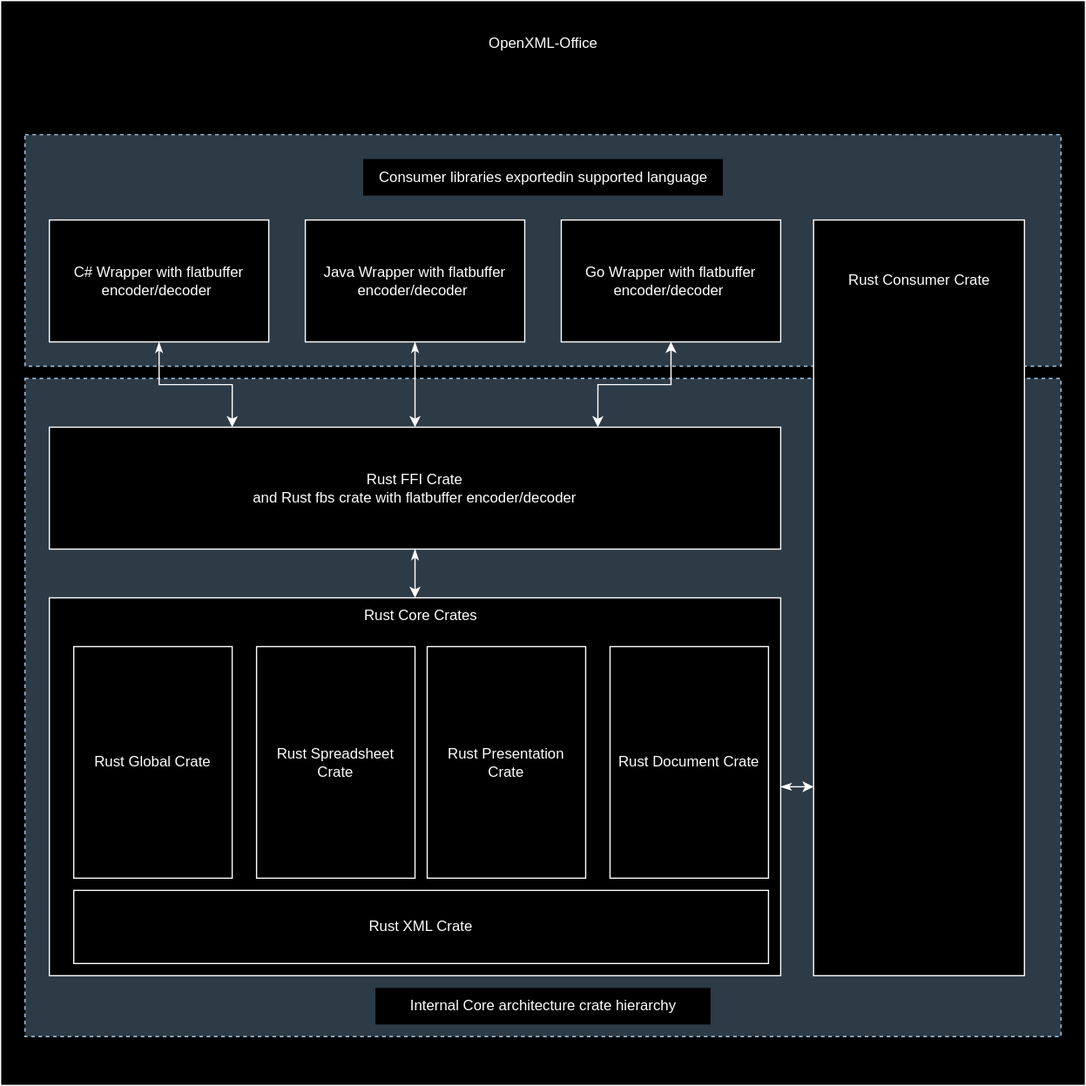
DraviaVemal/openXML-office keeps this draw.io diagram as design.svg. Above is the earlier version. Source tidied: cells renumbered, new cells last; positions are measured from the earlier drawing's top-left corner, leaving out a move shared by most shapes. Source of this version:
```xml
<mxGraphModel>
  <root>
    <mxCell id="0" />
    <mxCell id="1" parent="0" />
    <mxCell id="2" style="whiteSpace=wrap;html=1;" parent="1" vertex="1">
      <mxGeometry width="890" height="890" as="geometry" />
    </mxCell>
    <mxCell id="3" style="rounded=0;whiteSpace=wrap;html=1;dashed=1;fillColor=#bac8d3;strokeColor=#23445d;" parent="1" vertex="1">
      <mxGeometry x="20" y="110" width="850" height="190" as="geometry" />
    </mxCell>
    <mxCell id="4" style="rounded=0;whiteSpace=wrap;html=1;dashed=1;fillColor=#bac8d3;strokeColor=#23445d;" parent="1" vertex="1">
      <mxGeometry x="20" y="310" width="850" height="540" as="geometry" />
    </mxCell>
    <mxCell id="5" value="OpenXML-Office" style="text;html=1;align=center;verticalAlign=middle;whiteSpace=wrap;rounded=0;" parent="1" vertex="1">
      <mxGeometry x="392.5" y="20" width="105" height="30" as="geometry" />
    </mxCell>
    <mxCell id="6" style="edgeStyle=orthogonalEdgeStyle;rounded=0;jettySize=auto;html=1;exitX=0.5;exitY=1;exitDx=0;exitDy=0;entryX=0.5;entryY=0;entryDx=0;entryDy=0;endArrow=classic;endFill=1;startArrow=classicThin;startFill=1;" parent="1" edge="1" source="7" target="15">
      <mxGeometry relative="1" as="geometry" />
    </mxCell>
    <mxCell id="7" value="Rust FFI Crate&lt;br&gt;and Rust fbs crate with flatbuffer encoder/decoder" style="rounded=0;whiteSpace=wrap;html=1;" parent="1" vertex="1">
      <mxGeometry x="40" y="350" width="600" height="100" as="geometry" />
    </mxCell>
    <mxCell id="8" style="edgeStyle=orthogonalEdgeStyle;rounded=0;jettySize=auto;html=1;exitX=0.5;exitY=1;exitDx=0;exitDy=0;entryX=0.25;entryY=0;entryDx=0;entryDy=0;startArrow=classicThin;startFill=1;" parent="1" edge="1" source="9" target="7">
      <mxGeometry relative="1" as="geometry" />
    </mxCell>
    <mxCell id="9" value="C# Wrapper with flatbuffer encoder/decoder&amp;nbsp;" style="rounded=0;whiteSpace=wrap;html=1;" parent="1" vertex="1">
      <mxGeometry x="40" y="180" width="180" height="100" as="geometry" />
    </mxCell>
    <mxCell id="10" style="edgeStyle=orthogonalEdgeStyle;rounded=0;jettySize=auto;html=1;exitX=0.5;exitY=1;exitDx=0;exitDy=0;startArrow=classicThin;startFill=1;endArrow=classic;endFill=1;" parent="1" edge="1" source="11" target="7">
      <mxGeometry relative="1" as="geometry" />
    </mxCell>
    <mxCell id="11" value="Java Wrapper with flatbuffer encoder/decoder&amp;nbsp;" style="rounded=0;whiteSpace=wrap;html=1;" parent="1" vertex="1">
      <mxGeometry x="250" y="180" width="180" height="100" as="geometry" />
    </mxCell>
    <mxCell id="12" style="edgeStyle=orthogonalEdgeStyle;rounded=0;jettySize=auto;html=1;exitX=0.5;exitY=1;exitDx=0;exitDy=0;entryX=0.75;entryY=0;entryDx=0;entryDy=0;startArrow=classic;startFill=1;" parent="1" edge="1" source="13" target="7">
      <mxGeometry relative="1" as="geometry" />
    </mxCell>
    <mxCell id="13" value="Go Wrapper with flatbuffer encoder/decoder&amp;nbsp;" style="rounded=0;whiteSpace=wrap;html=1;" parent="1" vertex="1">
      <mxGeometry x="460" y="180" width="180" height="100" as="geometry" />
    </mxCell>
    <mxCell id="14" style="edgeStyle=orthogonalEdgeStyle;rounded=0;jettySize=auto;html=1;exitX=1;exitY=0.5;exitDx=0;exitDy=0;entryX=0;entryY=0.75;entryDx=0;entryDy=0;startArrow=classicThin;startFill=1;" parent="1" edge="1" source="15" target="22">
      <mxGeometry relative="1" as="geometry" />
    </mxCell>
    <mxCell id="15" style="rounded=0;whiteSpace=wrap;html=1;" parent="1" vertex="1">
      <mxGeometry x="40" y="490" width="600" height="310" as="geometry" />
    </mxCell>
    <mxCell id="16" value="Rust Global Crate" style="rounded=0;whiteSpace=wrap;html=1;" parent="1" vertex="1">
      <mxGeometry x="60" y="530" width="130" height="190" as="geometry" />
    </mxCell>
    <mxCell id="17" value="Rust Spreadsheet Crate" style="rounded=0;whiteSpace=wrap;html=1;" parent="1" vertex="1">
      <mxGeometry x="210" y="530" width="130" height="190" as="geometry" />
    </mxCell>
    <mxCell id="18" value="Rust Presentation Crate" style="rounded=0;whiteSpace=wrap;html=1;" parent="1" vertex="1">
      <mxGeometry x="350" y="530" width="130" height="190" as="geometry" />
    </mxCell>
    <mxCell id="19" value="Rust Document Crate" style="rounded=0;whiteSpace=wrap;html=1;" parent="1" vertex="1">
      <mxGeometry x="500" y="530" width="130" height="190" as="geometry" />
    </mxCell>
    <mxCell id="20" value="Rust Core Crates" style="text;html=1;align=center;verticalAlign=middle;whiteSpace=wrap;rounded=0;" parent="1" vertex="1">
      <mxGeometry x="210" y="490" width="270" height="30" as="geometry" />
    </mxCell>
    <mxCell id="21" value="Rust XML Crate" style="rounded=0;whiteSpace=wrap;html=1;" parent="1" vertex="1">
      <mxGeometry x="60" y="730" width="570" height="60" as="geometry" />
    </mxCell>
    <mxCell id="22" style="rounded=0;whiteSpace=wrap;html=1;" parent="1" vertex="1">
      <mxGeometry x="667" y="180" width="173" height="620" as="geometry" />
    </mxCell>
    <mxCell id="23" value="Rust Consumer Crate" style="text;html=1;align=center;verticalAlign=middle;whiteSpace=wrap;rounded=0;" parent="1" vertex="1">
      <mxGeometry x="688.5" y="215" width="130" height="30" as="geometry" />
    </mxCell>
    <mxCell id="24" value="Consumer libraries exportedin supported language" style="text;html=1;align=center;verticalAlign=middle;whiteSpace=wrap;rounded=0;fillColor=default;" parent="1" vertex="1">
      <mxGeometry x="297.5" y="130" width="295" height="30" as="geometry" />
    </mxCell>
    <mxCell id="25" value="Internal Core architecture crate hierarchy" style="text;html=1;align=center;verticalAlign=middle;whiteSpace=wrap;rounded=0;fillColor=default;" parent="1" vertex="1">
      <mxGeometry x="307.5" y="810" width="275" height="30" as="geometry" />
    </mxCell>
  </root>
</mxGraphModel>
```
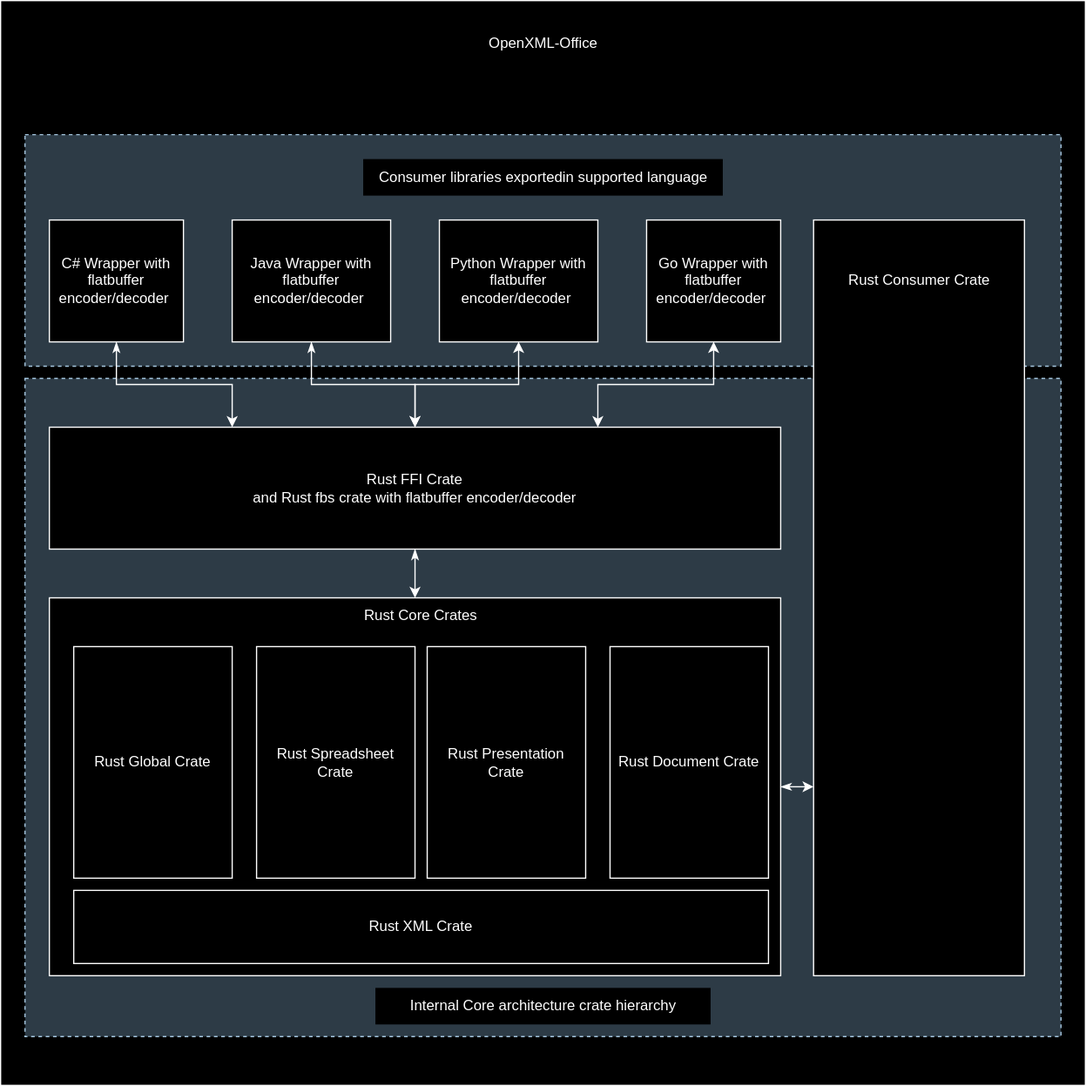
Above is the later version.

Commit message:
Support Language update

Change to the diagram source:
```diff
@@ -24,19 +24,19 @@
       <mxGeometry relative="1" as="geometry" />
     </mxCell>
     <mxCell id="9" value="C# Wrapper with flatbuffer encoder/decoder&amp;nbsp;" style="rounded=0;whiteSpace=wrap;html=1;" parent="1" vertex="1">
-      <mxGeometry x="40" y="180" width="180" height="100" as="geometry" />
+      <mxGeometry x="40" y="180" width="110" height="100" as="geometry" />
     </mxCell>
-    <mxCell id="10" style="edgeStyle=orthogonalEdgeStyle;rounded=0;jettySize=auto;html=1;exitX=0.5;exitY=1;exitDx=0;exitDy=0;startArrow=classicThin;startFill=1;endArrow=classic;endFill=1;" parent="1" edge="1" source="11" target="7">
+    <mxCell id="10" style="edgeStyle=orthogonalEdgeStyle;rounded=0;jettySize=auto;html=1;exitX=0.5;exitY=1;exitDx=0;exitDy=0;startArrow=classicThin;startFill=1;endArrow=classic;endFill=1;entryX=0.5;entryY=0;entryDx=0;entryDy=0;" parent="1" edge="1" source="11" target="7">
       <mxGeometry relative="1" as="geometry" />
     </mxCell>
     <mxCell id="11" value="Java Wrapper with flatbuffer encoder/decoder&amp;nbsp;" style="rounded=0;whiteSpace=wrap;html=1;" parent="1" vertex="1">
-      <mxGeometry x="250" y="180" width="180" height="100" as="geometry" />
+      <mxGeometry x="190" y="180" width="130" height="100" as="geometry" />
     </mxCell>
     <mxCell id="12" style="edgeStyle=orthogonalEdgeStyle;rounded=0;jettySize=auto;html=1;exitX=0.5;exitY=1;exitDx=0;exitDy=0;entryX=0.75;entryY=0;entryDx=0;entryDy=0;startArrow=classic;startFill=1;" parent="1" edge="1" source="13" target="7">
       <mxGeometry relative="1" as="geometry" />
     </mxCell>
     <mxCell id="13" value="Go Wrapper with flatbuffer encoder/decoder&amp;nbsp;" style="rounded=0;whiteSpace=wrap;html=1;" parent="1" vertex="1">
-      <mxGeometry x="460" y="180" width="180" height="100" as="geometry" />
+      <mxGeometry x="530" y="180" width="110" height="100" as="geometry" />
     </mxCell>
     <mxCell id="14" style="edgeStyle=orthogonalEdgeStyle;rounded=0;jettySize=auto;html=1;exitX=1;exitY=0.5;exitDx=0;exitDy=0;entryX=0;entryY=0.75;entryDx=0;entryDy=0;startArrow=classicThin;startFill=1;" parent="1" edge="1" source="15" target="22">
       <mxGeometry relative="1" as="geometry" />
@@ -74,5 +74,11 @@
     <mxCell id="25" value="Internal Core architecture crate hierarchy" style="text;html=1;align=center;verticalAlign=middle;whiteSpace=wrap;rounded=0;fillColor=default;" parent="1" vertex="1">
       <mxGeometry x="307.5" y="810" width="275" height="30" as="geometry" />
     </mxCell>
+    <mxCell id="26" style="edgeStyle=orthogonalEdgeStyle;rounded=0;jettySize=auto;html=1;exitX=0.5;exitY=1;exitDx=0;exitDy=0;entryX=0.5;entryY=0;entryDx=0;entryDy=0;startArrow=classic;startFill=1;" parent="1" edge="1" source="27" target="7">
+      <mxGeometry relative="1" as="geometry" />
+    </mxCell>
+    <mxCell id="27" value="Python Wrapper with flatbuffer encoder/decoder&amp;nbsp;" style="rounded=0;whiteSpace=wrap;html=1;" parent="1" vertex="1">
+      <mxGeometry x="360" y="180" width="130" height="100" as="geometry" />
+    </mxCell>
   </root>
 </mxGraphModel>
```
